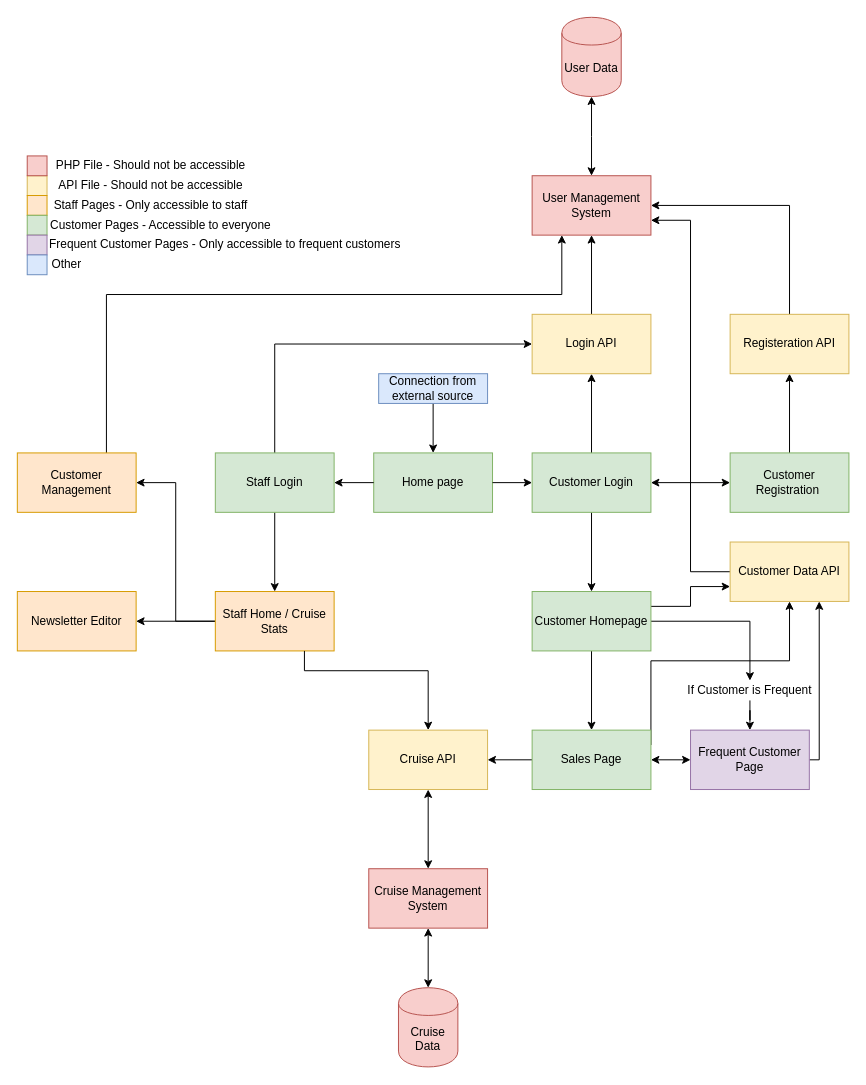
This is Untitled Diagram.drawio from mralimac/GUITest, a draw.io file, before an edit. Source tidied: cells renumbered, new cells numbered last; positions are measured from the earlier drawing's top-left corner, leaving out a move shared by most shapes. Both pictures are drawn from the tidied source at 99%, with x=0, y=0 at pixel (17, 17).
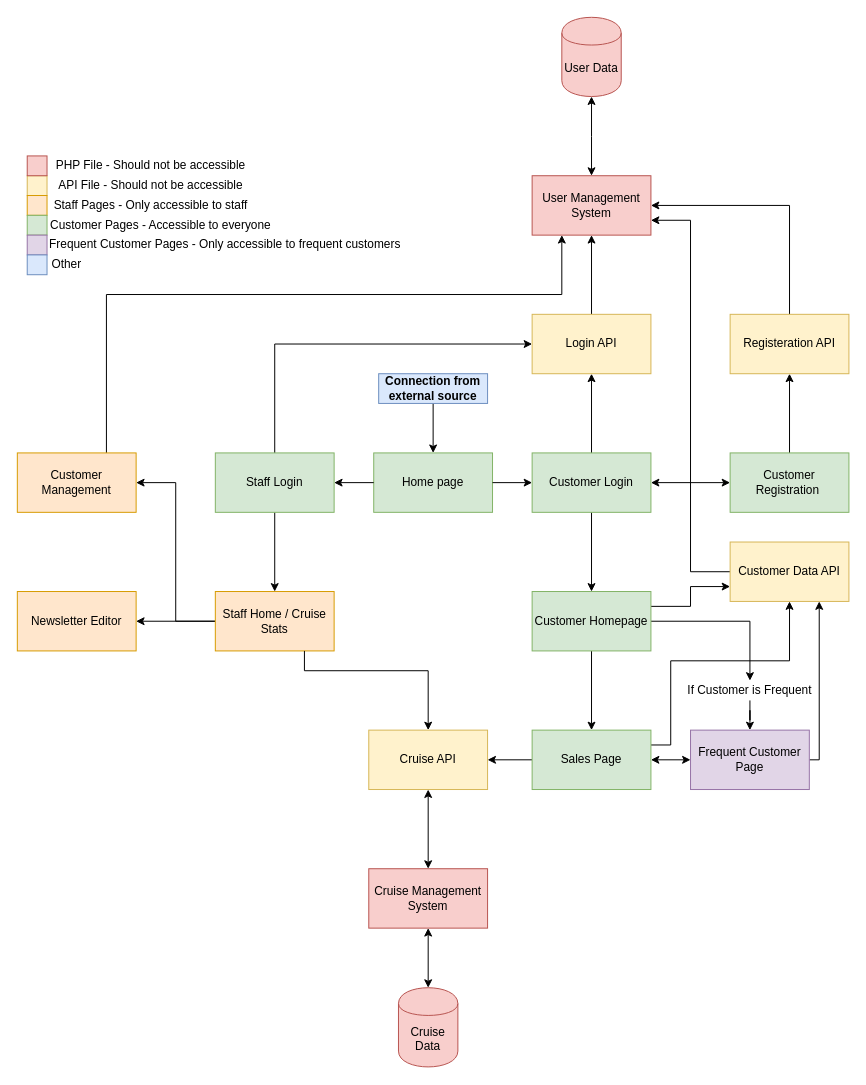
After the change.

Unchanged cells that the change refers to:
```xml
<mxCell id="31" value="Sales Page" style="rounded=0;whiteSpace=wrap;html=1;fillColor=#d5e8d4;strokeColor=#82b366;" parent="1" vertex="1">
  <mxGeometry x="520" y="720" width="120" height="60" as="geometry" />
</mxCell>
<mxCell id="48" value="Customer Data API" style="rounded=0;whiteSpace=wrap;html=1;fillColor=#fff2cc;strokeColor=#d6b656;" parent="1" vertex="1">
  <mxGeometry x="720" y="530" width="120" height="60" as="geometry" />
</mxCell>
```

The edit, as a diff of the source:
```diff
@@
     <mxCell id="30" style="edgeStyle=orthogonalEdgeStyle;rounded=0;jettySize=auto;html=1;exitX=1;exitY=0.25;exitDx=0;exitDy=0;entryX=0.5;entryY=1;entryDx=0;entryDy=0;startArrow=none;startFill=0;endArrow=classic;endFill=1;" parent="1" edge="1" source="31" target="48">
       <mxGeometry relative="1" as="geometry">
         <Array as="points">
-          <mxPoint x="640" y="650" />
+          <mxPoint x="660" y="735" />
+          <mxPoint x="660" y="650" />
           <mxPoint x="780" y="650" />
         </Array>
       </mxGeometry>
     </mxCell>
@@
-    <mxCell id="39" value="Connection from external source" style="text;html=1;strokeColor=#6c8ebf;fillColor=#dae8fc;align=center;verticalAlign=middle;whiteSpace=wrap;rounded=0;" parent="1" vertex="1">
+    <mxCell id="39" value="Connection from external source" style="text;html=1;strokeColor=#6c8ebf;fillColor=#dae8fc;align=center;verticalAlign=middle;whiteSpace=wrap;rounded=0;fontStyle=1;" parent="1" vertex="1">
       <mxGeometry x="365" y="360" width="110" height="30" as="geometry" />
     </mxCell>
```
